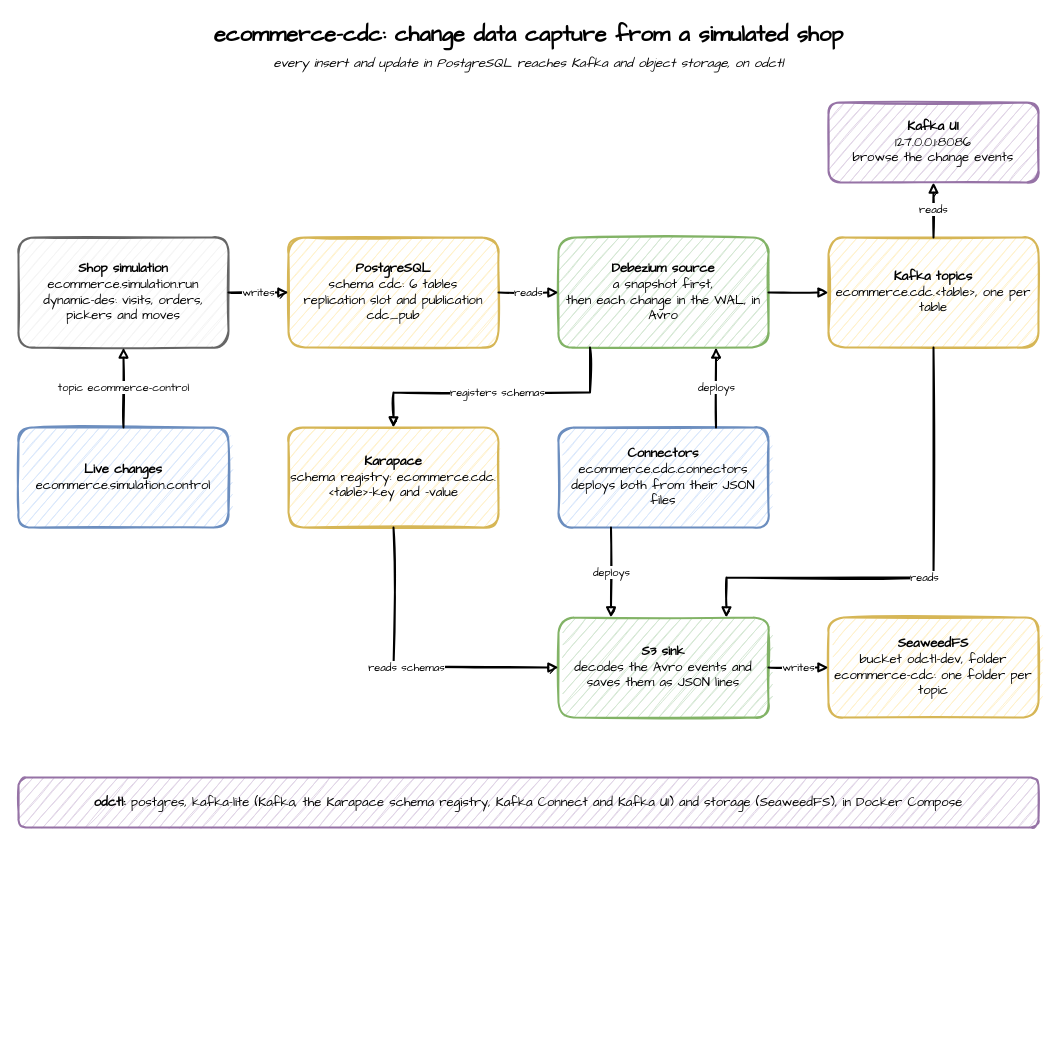
Before: ecommerce-cdc/images/architecture.drawio in jaehyeon-kim/benchtop, a draw.io diagram. Source tidied: cells renumbered, new cells numbered last; positions are measured from the earlier drawing's top-left corner, leaving out a move shared by most shapes. Both pictures are drawn from the tidied source at 100%, with x=0, y=0 at pixel (18, 17).
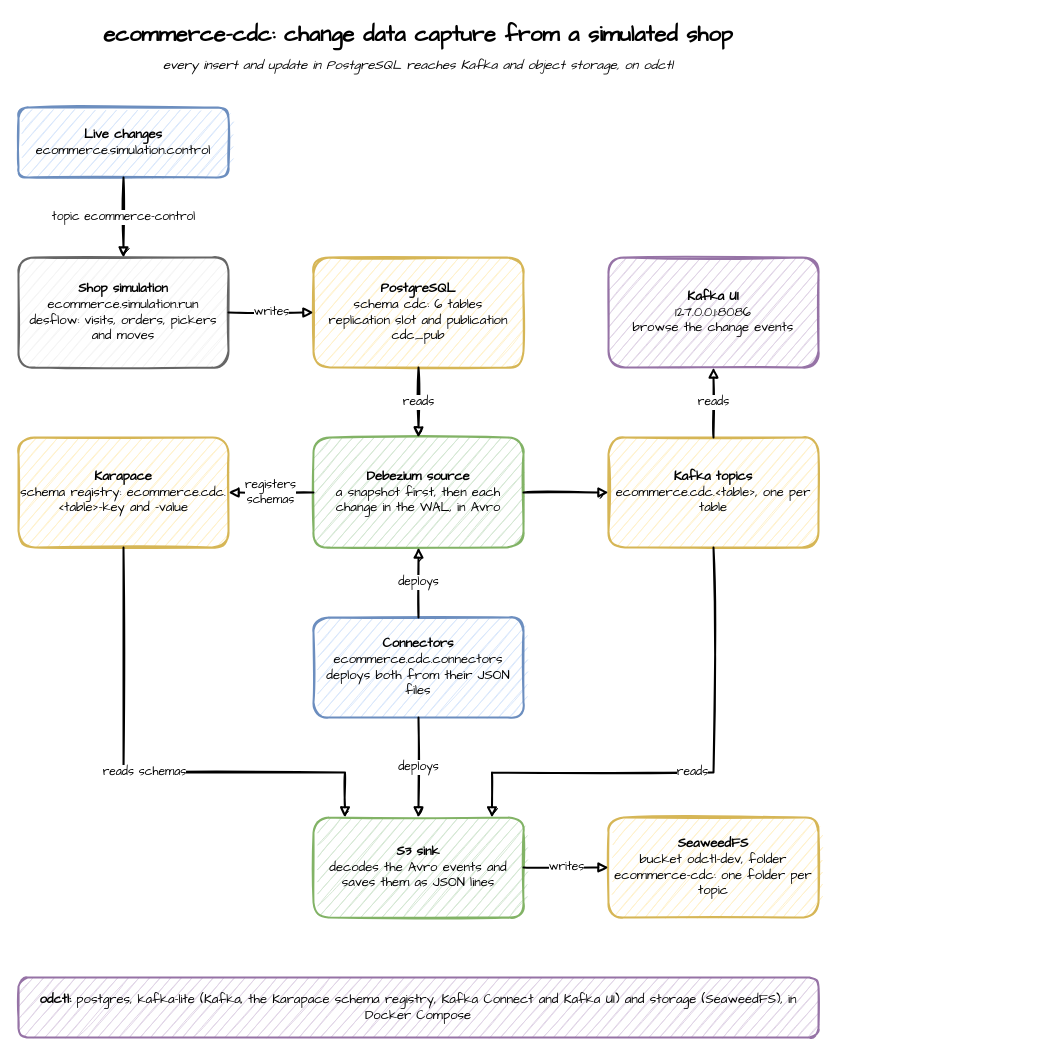
The same page after the edit.

The edit, as a diff of the source:
```diff
@@
-    <mxCell id="2" value="ecommerce-cdc: change data capture from a simulated shop" style="text;html=1;align=center;verticalAlign=middle;fontFamily=Comic Sans MS;fontSize=22;fontStyle=1;strokeColor=none;fillColor=none;" parent="1" vertex="1">
-      <mxGeometry width="1020" height="36" as="geometry" />
+    <mxCell id="2" value="ecommerce-cdc: change data capture from a simulated shop" style="text;html=1;align=center;verticalAlign=middle;whiteSpace=wrap;fontFamily=Comic Sans MS;fontSize=22;fontStyle=1;strokeColor=none;fillColor=none;" parent="1" vertex="1">
+      <mxGeometry width="800" height="36" as="geometry" />
     </mxCell>
-    <mxCell id="3" value="every insert and update in PostgreSQL reaches Kafka and object storage, on odctl" style="text;html=1;align=center;verticalAlign=middle;fontFamily=Comic Sans MS;fontSize=13;fontStyle=2;strokeColor=none;fillColor=none;" parent="1" vertex="1">
-      <mxGeometry y="34" width="1020" height="24" as="geometry" />
+    <mxCell id="3" value="every insert and update in PostgreSQL reaches Kafka and object storage, on odctl" style="text;html=1;align=center;verticalAlign=middle;whiteSpace=wrap;fontFamily=Comic Sans MS;fontSize=13;fontStyle=2;strokeColor=none;fillColor=none;" parent="1" vertex="1">
+      <mxGeometry y="36" width="800" height="24" as="geometry" />
     </mxCell>
-    <mxCell id="4" value="&lt;b&gt;Kafka UI&lt;/b&gt;&lt;br&gt;127.0.0.1:8086&lt;br&gt;browse the change events" style="sketch=1;fontFamily=Comic Sans MS;strokeWidth=2;html=1;rounded=1;whiteSpace=wrap;fontSize=13;fillColor=#e1d5e7;strokeColor=#9673a6;" parent="1" vertex="1">
-      <mxGeometry x="810" y="85" width="210" height="80" as="geometry" />
-    </mxCell>
+    <mxCell id="9" value="&lt;b&gt;Live changes&lt;/b&gt;&lt;br&gt;ecommerce.simulation.control" style="sketch=1;fontFamily=Comic Sans MS;strokeWidth=2;html=1;rounded=1;whiteSpace=wrap;fontSize=13;fillColor=#dae8fc;strokeColor=#6c8ebf;" parent="1" vertex="1">
+      <mxGeometry y="90" width="210" height="70" as="geometry" />
+    </mxCell>
-    <mxCell id="5" value="&lt;b&gt;Shop simulation&lt;/b&gt;&lt;br&gt;ecommerce.simulation.run&lt;br&gt;dynamic-des: visits, orders, pickers and moves" style="sketch=1;fontFamily=Comic Sans MS;strokeWidth=2;html=1;rounded=1;whiteSpace=wrap;fontSize=13;fillColor=#f5f5f5;strokeColor=#666666;" parent="1" vertex="1">
-      <mxGeometry y="220" width="210" height="110" as="geometry" />
+    <mxCell id="5" value="&lt;b&gt;Shop simulation&lt;/b&gt;&lt;br&gt;ecommerce.simulation.run&lt;br&gt;desflow: visits, orders, pickers and moves" style="sketch=1;fontFamily=Comic Sans MS;strokeWidth=2;html=1;rounded=1;whiteSpace=wrap;fontSize=13;fillColor=#f5f5f5;strokeColor=#666666;" parent="1" vertex="1">
+      <mxGeometry y="240" width="210" height="110" as="geometry" />
     </mxCell>
     <mxCell id="6" value="&lt;b&gt;PostgreSQL&lt;/b&gt;&lt;br&gt;schema cdc: 6 tables&lt;br&gt;replication slot and publication cdc_pub" style="sketch=1;fontFamily=Comic Sans MS;strokeWidth=2;html=1;rounded=1;whiteSpace=wrap;fontSize=13;fillColor=#fff2cc;strokeColor=#d6b656;" parent="1" vertex="1">
-      <mxGeometry x="270" y="220" width="210" height="110" as="geometry" />
+      <mxGeometry x="295" y="240" width="210" height="110" as="geometry" />
     </mxCell>
+    <mxCell id="4" value="&lt;b&gt;Kafka UI&lt;/b&gt;&lt;br&gt;127.0.0.1:8086&lt;br&gt;browse the change events" style="sketch=1;fontFamily=Comic Sans MS;strokeWidth=2;html=1;rounded=1;whiteSpace=wrap;fontSize=13;fillColor=#e1d5e7;strokeColor=#9673a6;" parent="1" vertex="1">
+      <mxGeometry x="590" y="240" width="210" height="110" as="geometry" />
+    </mxCell>
+    <mxCell id="10" value="&lt;b&gt;Karapace&lt;/b&gt;&lt;br&gt;schema registry: ecommerce.cdc.&amp;lt;table&amp;gt;-key and -value" style="sketch=1;fontFamily=Comic Sans MS;strokeWidth=2;html=1;rounded=1;whiteSpace=wrap;fontSize=13;fillColor=#fff2cc;strokeColor=#d6b656;" parent="1" vertex="1">
+      <mxGeometry y="420" width="210" height="110" as="geometry" />
+    </mxCell>
-    <mxCell id="7" value="&lt;b&gt;Debezium source&lt;/b&gt;&lt;br&gt;a snapshot first,&lt;br&gt;then each change in the WAL, in Avro" style="sketch=1;fontFamily=Comic Sans MS;strokeWidth=2;html=1;rounded=1;whiteSpace=wrap;fontSize=13;fillColor=#d5e8d4;strokeColor=#82b366;" parent="1" vertex="1">
-      <mxGeometry x="540" y="220" width="210" height="110" as="geometry" />
+    <mxCell id="7" value="&lt;b&gt;Debezium source&lt;/b&gt;&lt;br&gt;a snapshot first, then each change in the WAL, in Avro" style="sketch=1;fontFamily=Comic Sans MS;strokeWidth=2;html=1;rounded=1;whiteSpace=wrap;fontSize=13;fillColor=#d5e8d4;strokeColor=#82b366;" parent="1" vertex="1">
+      <mxGeometry x="295" y="420" width="210" height="110" as="geometry" />
     </mxCell>
     <mxCell id="8" value="&lt;b&gt;Kafka topics&lt;/b&gt;&lt;br&gt;ecommerce.cdc.&amp;lt;table&amp;gt;, one per table" style="sketch=1;fontFamily=Comic Sans MS;strokeWidth=2;html=1;rounded=1;whiteSpace=wrap;fontSize=13;fillColor=#fff2cc;strokeColor=#d6b656;" parent="1" vertex="1">
-      <mxGeometry x="810" y="220" width="210" height="110" as="geometry" />
+      <mxGeometry x="590" y="420" width="210" height="110" as="geometry" />
     </mxCell>
-    <mxCell id="9" value="&lt;b&gt;Live changes&lt;/b&gt;&lt;br&gt;ecommerce.simulation.control" style="sketch=1;fontFamily=Comic Sans MS;strokeWidth=2;html=1;rounded=1;whiteSpace=wrap;fontSize=13;fillColor=#dae8fc;strokeColor=#6c8ebf;" parent="1" vertex="1">
-      <mxGeometry y="410" width="210" height="100" as="geometry" />
-    </mxCell>
-    <mxCell id="10" value="&lt;b&gt;Karapace&lt;/b&gt;&lt;br&gt;schema registry: ecommerce.cdc.&amp;lt;table&amp;gt;-key and -value" style="sketch=1;fontFamily=Comic Sans MS;strokeWidth=2;html=1;rounded=1;whiteSpace=wrap;fontSize=13;fillColor=#fff2cc;strokeColor=#d6b656;" parent="1" vertex="1">
-      <mxGeometry x="270" y="410" width="210" height="100" as="geometry" />
-    </mxCell>
     <mxCell id="11" value="&lt;b&gt;Connectors&lt;/b&gt;&lt;br&gt;ecommerce.cdc.connectors&lt;br&gt;deploys both from their JSON files" style="sketch=1;fontFamily=Comic Sans MS;strokeWidth=2;html=1;rounded=1;whiteSpace=wrap;fontSize=13;fillColor=#dae8fc;strokeColor=#6c8ebf;" parent="1" vertex="1">
-      <mxGeometry x="540" y="410" width="210" height="100" as="geometry" />
+      <mxGeometry x="295" y="600" width="210" height="100" as="geometry" />
     </mxCell>
     <mxCell id="12" value="&lt;b&gt;S3 sink&lt;/b&gt;&lt;br&gt;decodes the Avro events and saves them as JSON lines" style="sketch=1;fontFamily=Comic Sans MS;strokeWidth=2;html=1;rounded=1;whiteSpace=wrap;fontSize=13;fillColor=#d5e8d4;strokeColor=#82b366;" parent="1" vertex="1">
-      <mxGeometry x="540" y="600" width="210" height="100" as="geometry" />
+      <mxGeometry x="295" y="800" width="210" height="100" as="geometry" />
     </mxCell>
     <mxCell id="13" value="&lt;b&gt;SeaweedFS&lt;/b&gt;&lt;br&gt;bucket odctl-dev, folder ecommerce-cdc: one folder per topic" style="sketch=1;fontFamily=Comic Sans MS;strokeWidth=2;html=1;rounded=1;whiteSpace=wrap;fontSize=13;fillColor=#fff2cc;strokeColor=#d6b656;" parent="1" vertex="1">
-      <mxGeometry x="810" y="600" width="210" height="100" as="geometry" />
+      <mxGeometry x="590" y="800" width="210" height="100" as="geometry" />
     </mxCell>
     <mxCell id="14" value="&lt;b&gt;odctl:&lt;/b&gt; postgres, kafka-lite (Kafka, the Karapace schema registry, Kafka Connect and Kafka UI) and storage (SeaweedFS), in Docker Compose" style="sketch=1;fontFamily=Comic Sans MS;strokeWidth=2;html=1;rounded=1;whiteSpace=wrap;fontSize=13;fillColor=#e1d5e7;strokeColor=#9673a6;" parent="1" vertex="1">
-      <mxGeometry y="760" width="1020" height="50" as="geometry" />
+      <mxGeometry y="960" width="800" height="60" as="geometry" />
     </mxCell>
-    <mxCell id="15" value="writes" style="sketch=1;fontFamily=Comic Sans MS;strokeWidth=2;html=1;edgeStyle=orthogonalEdgeStyle;rounded=0;endArrow=block;endFill=1;fontSize=11;labelBackgroundColor=#ffffff;exitX=1;exitY=0.5;entryX=0;entryY=0.5;" parent="1" edge="1" source="5" target="6">
+    <mxCell id="15" value="topic ecommerce-control" style="sketch=1;fontFamily=Comic Sans MS;strokeWidth=2;html=1;edgeStyle=orthogonalEdgeStyle;rounded=0;endArrow=block;endFill=1;fontSize=12;labelBackgroundColor=#ffffff;exitX=0.5;exitY=1;entryX=0.5;entryY=0;" parent="1" edge="1" source="9" target="5">
       <mxGeometry relative="1" as="geometry" />
     </mxCell>
-    <mxCell id="16" value="reads" style="sketch=1;fontFamily=Comic Sans MS;strokeWidth=2;html=1;edgeStyle=orthogonalEdgeStyle;rounded=0;endArrow=block;endFill=1;fontSize=11;labelBackgroundColor=#ffffff;exitX=1;exitY=0.5;entryX=0;entryY=0.5;" parent="1" edge="1" source="6" target="7">
+    <mxCell id="16" value="writes" style="sketch=1;fontFamily=Comic Sans MS;strokeWidth=2;html=1;edgeStyle=orthogonalEdgeStyle;rounded=0;endArrow=block;endFill=1;fontSize=12;labelBackgroundColor=#ffffff;exitX=1;exitY=0.5;entryX=0;entryY=0.5;" parent="1" edge="1" source="5" target="6">
       <mxGeometry relative="1" as="geometry" />
     </mxCell>
-    <mxCell id="17" style="sketch=1;fontFamily=Comic Sans MS;strokeWidth=2;html=1;edgeStyle=orthogonalEdgeStyle;rounded=0;endArrow=block;endFill=1;fontSize=11;labelBackgroundColor=#ffffff;exitX=1;exitY=0.5;entryX=0;entryY=0.5;" parent="1" edge="1" source="7" target="8">
+    <mxCell id="17" value="reads" style="sketch=1;fontFamily=Comic Sans MS;strokeWidth=2;html=1;edgeStyle=orthogonalEdgeStyle;rounded=0;endArrow=block;endFill=1;fontSize=12;labelBackgroundColor=#ffffff;exitX=0.5;exitY=1;entryX=0.5;entryY=0;" parent="1" edge="1" source="6" target="7">
       <mxGeometry relative="1" as="geometry" />
     </mxCell>
-    <mxCell id="18" value="reads" style="sketch=1;fontFamily=Comic Sans MS;strokeWidth=2;html=1;edgeStyle=orthogonalEdgeStyle;rounded=0;endArrow=block;endFill=1;fontSize=11;labelBackgroundColor=#ffffff;exitX=0.5;exitY=0;entryX=0.5;entryY=1;" parent="1" edge="1" source="8" target="4">
+    <mxCell id="18" style="sketch=1;fontFamily=Comic Sans MS;strokeWidth=2;html=1;edgeStyle=orthogonalEdgeStyle;rounded=0;endArrow=block;endFill=1;fontSize=12;labelBackgroundColor=#ffffff;exitX=1;exitY=0.5;entryX=0;entryY=0.5;" parent="1" edge="1" source="7" target="8">
       <mxGeometry relative="1" as="geometry" />
     </mxCell>
-    <mxCell id="19" value="topic ecommerce-control" style="sketch=1;fontFamily=Comic Sans MS;strokeWidth=2;html=1;edgeStyle=orthogonalEdgeStyle;rounded=0;endArrow=block;endFill=1;fontSize=11;labelBackgroundColor=#ffffff;exitX=0.5;exitY=0;entryX=0.5;entryY=1;" parent="1" edge="1" source="9" target="5">
+    <mxCell id="19" value="reads" style="sketch=1;fontFamily=Comic Sans MS;strokeWidth=2;html=1;edgeStyle=orthogonalEdgeStyle;rounded=0;endArrow=block;endFill=1;fontSize=12;labelBackgroundColor=#ffffff;exitX=0.5;exitY=0;entryX=0.5;entryY=1;" parent="1" edge="1" source="8" target="4">
       <mxGeometry relative="1" as="geometry" />
     </mxCell>
-    <mxCell id="20" value="registers schemas" style="sketch=1;fontFamily=Comic Sans MS;strokeWidth=2;html=1;edgeStyle=orthogonalEdgeStyle;rounded=0;endArrow=block;endFill=1;fontSize=11;labelBackgroundColor=#ffffff;exitX=0.15;exitY=1;entryX=0.5;entryY=0;" parent="1" edge="1" source="7" target="10">
-      <mxGeometry relative="1" as="geometry">
-        <Array as="points">
-          <mxPoint x="571.5" y="375" />
-          <mxPoint x="375" y="375" />
-        </Array>
-      </mxGeometry>
+    <mxCell id="20" value="registers&lt;br&gt;schemas" style="sketch=1;fontFamily=Comic Sans MS;strokeWidth=2;html=1;edgeStyle=orthogonalEdgeStyle;rounded=0;endArrow=block;endFill=1;fontSize=12;labelBackgroundColor=#ffffff;exitX=0;exitY=0.5;entryX=1;entryY=0.5;" parent="1" edge="1" source="7" target="10">
+      <mxGeometry relative="1" as="geometry" />
     </mxCell>
-    <mxCell id="21" value="deploys" style="sketch=1;fontFamily=Comic Sans MS;strokeWidth=2;html=1;edgeStyle=orthogonalEdgeStyle;rounded=0;endArrow=block;endFill=1;fontSize=11;labelBackgroundColor=#ffffff;exitX=0.75;exitY=0;entryX=0.75;entryY=1;" parent="1" edge="1" source="11" target="7">
+    <mxCell id="21" value="deploys" style="sketch=1;fontFamily=Comic Sans MS;strokeWidth=2;html=1;edgeStyle=orthogonalEdgeStyle;rounded=0;endArrow=block;endFill=1;fontSize=12;labelBackgroundColor=#ffffff;exitX=0.5;exitY=0;entryX=0.5;entryY=1;" parent="1" edge="1" source="11" target="7">
       <mxGeometry relative="1" as="geometry" />
     </mxCell>
-    <mxCell id="22" value="deploys" style="sketch=1;fontFamily=Comic Sans MS;strokeWidth=2;html=1;edgeStyle=orthogonalEdgeStyle;rounded=0;endArrow=block;endFill=1;fontSize=11;labelBackgroundColor=#ffffff;exitX=0.25;exitY=1;entryX=0.25;entryY=0;" parent="1" edge="1" source="11" target="12">
+    <mxCell id="22" value="deploys" style="sketch=1;fontFamily=Comic Sans MS;strokeWidth=2;html=1;edgeStyle=orthogonalEdgeStyle;rounded=0;endArrow=block;endFill=1;fontSize=12;labelBackgroundColor=#ffffff;exitX=0.5;exitY=1;entryX=0.5;entryY=0;" parent="1" edge="1" source="11" target="12">
       <mxGeometry relative="1" as="geometry" />
     </mxCell>
-    <mxCell id="23" value="reads" style="sketch=1;fontFamily=Comic Sans MS;strokeWidth=2;html=1;edgeStyle=orthogonalEdgeStyle;rounded=0;endArrow=block;endFill=1;fontSize=11;labelBackgroundColor=#ffffff;exitX=0.5;exitY=1;entryX=0.8;entryY=0;" parent="1" edge="1" source="8" target="12">
+    <mxCell id="23" value="reads schemas" style="sketch=1;fontFamily=Comic Sans MS;strokeWidth=2;html=1;edgeStyle=orthogonalEdgeStyle;rounded=0;endArrow=block;endFill=1;fontSize=12;labelBackgroundColor=#ffffff;exitX=0.5;exitY=1;entryX=0.15;entryY=0;" parent="1" edge="1" source="10" target="12">
       <mxGeometry relative="1" as="geometry">
         <Array as="points">
-          <mxPoint x="915" y="560" />
-          <mxPoint x="708" y="560" />
+          <mxPoint x="105" y="755" />
+          <mxPoint x="326.5" y="755" />
         </Array>
       </mxGeometry>
     </mxCell>
-    <mxCell id="24" value="reads schemas" style="sketch=1;fontFamily=Comic Sans MS;strokeWidth=2;html=1;edgeStyle=orthogonalEdgeStyle;rounded=0;endArrow=block;endFill=1;fontSize=11;labelBackgroundColor=#ffffff;exitX=0.5;exitY=1;entryX=0;entryY=0.5;" parent="1" edge="1" source="10" target="12">
+    <mxCell id="24" value="reads" style="sketch=1;fontFamily=Comic Sans MS;strokeWidth=2;html=1;edgeStyle=orthogonalEdgeStyle;rounded=0;endArrow=block;endFill=1;fontSize=12;labelBackgroundColor=#ffffff;exitX=0.5;exitY=1;entryX=0.85;entryY=0;" parent="1" edge="1" source="8" target="12">
       <mxGeometry relative="1" as="geometry">
         <Array as="points">
-          <mxPoint x="375" y="650" />
+          <mxPoint x="695" y="755" />
+          <mxPoint x="473.5" y="755" />
         </Array>
       </mxGeometry>
     </mxCell>
-    <mxCell id="25" value="writes" style="sketch=1;fontFamily=Comic Sans MS;strokeWidth=2;html=1;edgeStyle=orthogonalEdgeStyle;rounded=0;endArrow=block;endFill=1;fontSize=11;labelBackgroundColor=#ffffff;exitX=1;exitY=0.5;entryX=0;entryY=0.5;" parent="1" edge="1" source="12" target="13">
+    <mxCell id="25" value="writes" style="sketch=1;fontFamily=Comic Sans MS;strokeWidth=2;html=1;edgeStyle=orthogonalEdgeStyle;rounded=0;endArrow=block;endFill=1;fontSize=12;labelBackgroundColor=#ffffff;exitX=1;exitY=0.5;entryX=0;entryY=0.5;" parent="1" edge="1" source="12" target="13">
       <mxGeometry relative="1" as="geometry" />
     </mxCell>
```
